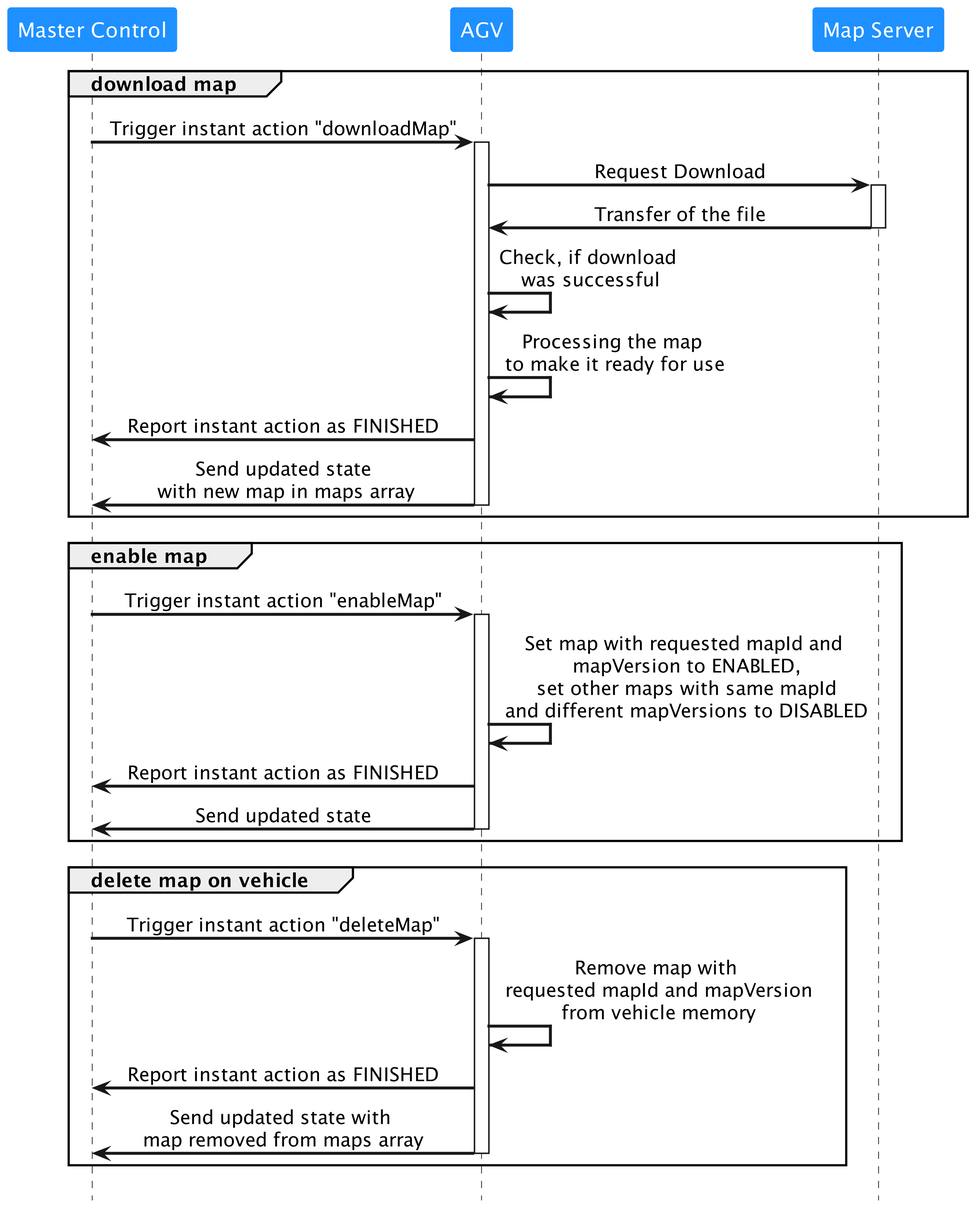
The PlantUML diagram assets/map_distribution_process.png in VDA5050/VDA5050, before a commit.
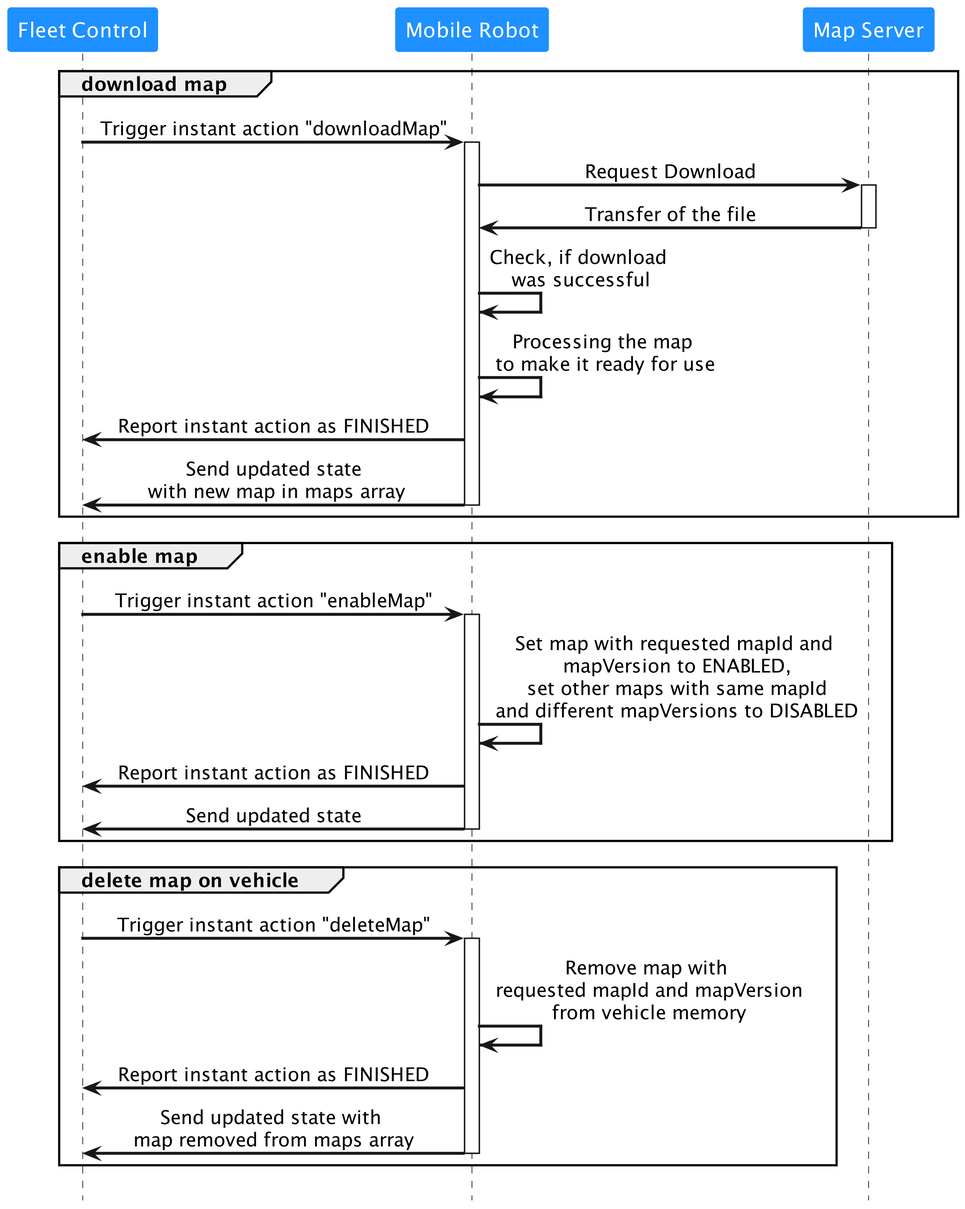
After the commit.

Change to the diagram source:
```diff
@@ -6,40 +6,40 @@
 skinparam noteFontColor white
 skinparam participantBorderColor None
 skinparam ArrowThickness 2
-participant "Master Control" #dodgerblue
-participant AGV #dodgerblue
+participant "Fleet Control" #dodgerblue
+participant "Mobile Robot" #dodgerblue
 participant "Map Server" #dodgerblue
 hide footbox
 
 group download map
-"Master Control" -> "AGV": Trigger instant action "downloadMap"
-activate AGV
-AGV -> "Map Server": Request Download
+"Fleet Control" -> "Mobile Robot": Trigger instant action "downloadMap"
+activate "Mobile Robot"
+"Mobile Robot" -> "Map Server": Request Download
 activate "Map Server"
-"Map Server" -> AGV: Transfer of the file
+"Map Server" -> "Mobile Robot": Transfer of the file
 deactivate "Map Server"
-"AGV" -> "AGV": Check, if download\n was successful
-"AGV" -> "AGV": Processing the map\n to make it ready for use
-AGV -> "Master Control": Report instant action as FINISHED
-"AGV" -> "Master Control": Send updated state\n with new map in maps array
-deactivate AGV
+"Mobile Robot" -> "Mobile Robot": Check, if download\n was successful
+"Mobile Robot" -> "Mobile Robot": Processing the map\n to make it ready for use
+"Mobile Robot" -> "Fleet Control": Report instant action as FINISHED
+"Mobile Robot" -> "Fleet Control": Send updated state\n with new map in maps array
+deactivate "Mobile Robot"
 end
 
 group enable map
-"Master Control" -> "AGV": Trigger instant action "enableMap"
-activate AGV
-"AGV" -> "AGV": Set map with requested mapId and\n mapVersion to ENABLED,\n set other maps with same mapId\n and different mapVersions to DISABLED
-"AGV" -> "Master Control": Report instant action as FINISHED
-"AGV" -> "Master Control": Send updated state
-deactivate AGV
+"Fleet Control" -> "Mobile Robot": Trigger instant action "enableMap"
+activate "Mobile Robot"
+"Mobile Robot" -> "Mobile Robot": Set map with requested mapId and\n mapVersion to ENABLED,\n set other maps with same mapId\n and different mapVersions to DISABLED
+"Mobile Robot" -> "Fleet Control": Report instant action as FINISHED
+"Mobile Robot" -> "Fleet Control": Send updated state
+deactivate "Mobile Robot"
 end
 
 group delete map on vehicle
-"Master Control" -> "AGV": Trigger instant action "deleteMap"
-activate AGV
-"AGV" -> "AGV": Remove map with\n requested mapId and mapVersion\n from vehicle memory
-"AGV" -> "Master Control": Report instant action as FINISHED
-"AGV" -> "Master Control": Send updated state with \nmap removed from maps array
-deactivate AGV
+"Fleet Control" -> "Mobile Robot": Trigger instant action "deleteMap"
+activate "Mobile Robot"
+"Mobile Robot" -> "Mobile Robot": Remove map with\n requested mapId and mapVersion\n from vehicle memory
+"Mobile Robot" -> "Fleet Control": Report instant action as FINISHED
+"Mobile Robot" -> "Fleet Control": Send updated state with \nmap removed from maps array
+deactivate "Mobile Robot"
 end
 @enduml
```
